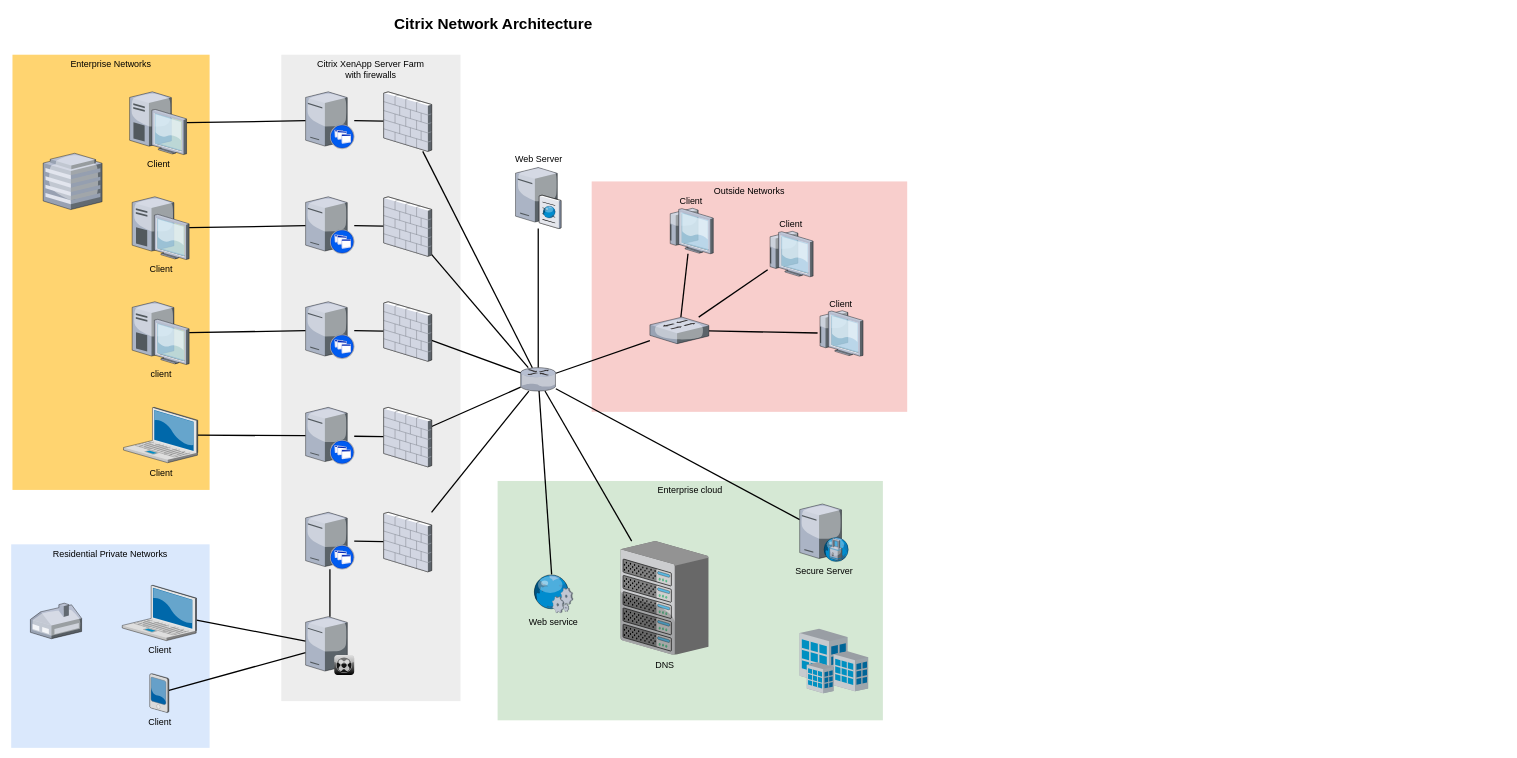
Above: Untitled Diagram.drawio in T-zN/OSD (draw.io), before the change. Source tidied: cells renumbered, new cells numbered last; positions are measured from the earlier drawing's top-left corner, leaving out a move shared by most shapes. Both pictures are drawn from the tidied source at 64%, with x=0, y=0 at pixel (11, 11).
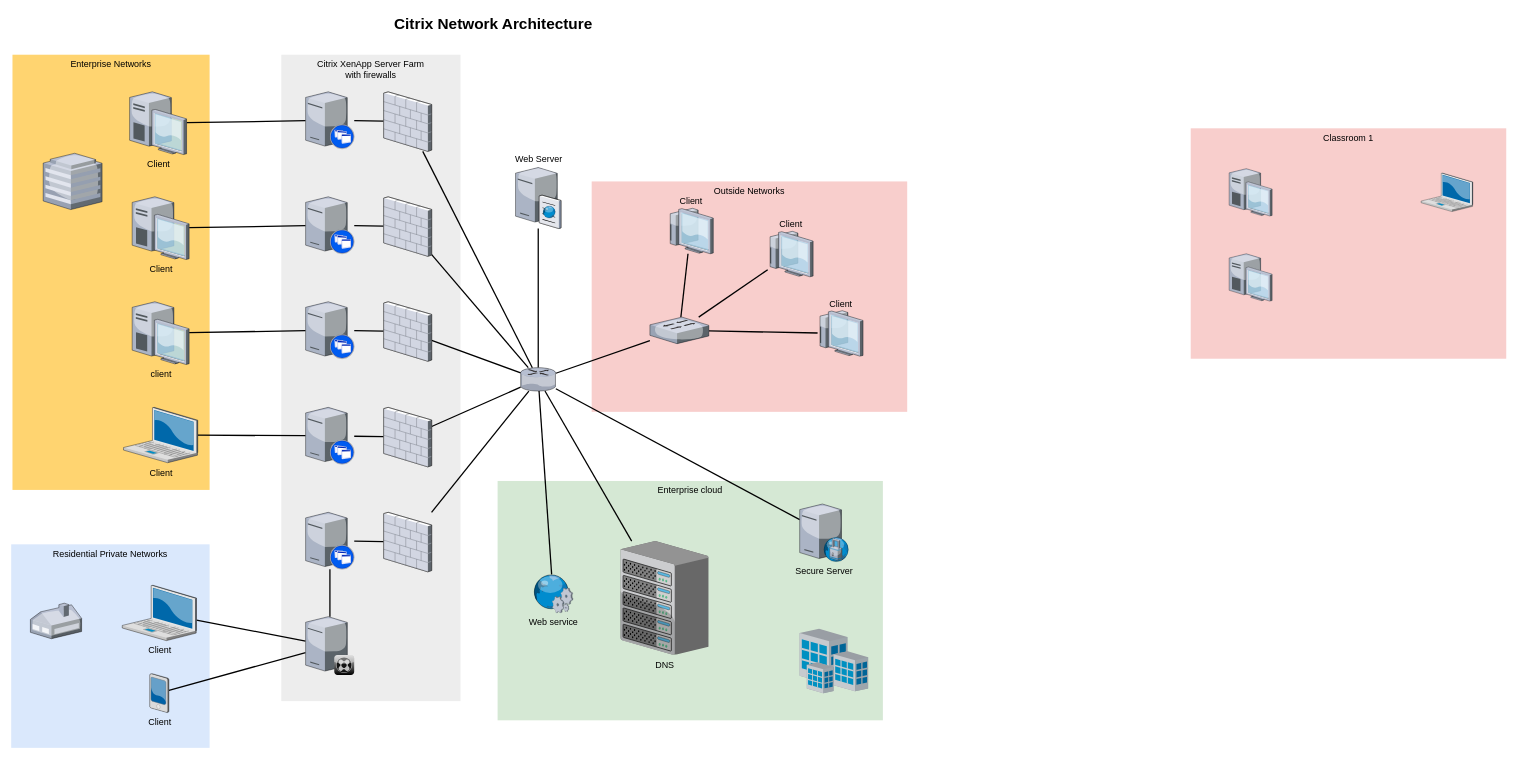
After the change.

What changed in the source:
```diff
@@
+    <mxCell id="62" value="Classroom 1" style="whiteSpace=wrap;html=1;fillColor=#f8cecc;fontSize=14;strokeColor=none;verticalAlign=top;" parent="1" vertex="1">
+      <mxGeometry x="1843" y="183" width="493" height="360" as="geometry" />
+    </mxCell>
+    <mxCell id="63" style="verticalLabelPosition=bottom;sketch=0;html=1;verticalAlign=top;strokeColor=none;align=center;shape=mxgraph.citrix.desktop;" parent="1" vertex="1">
+      <mxGeometry x="1903" y="246" width="67.2" height="74" as="geometry" />
+    </mxCell>
+    <mxCell id="64" style="verticalLabelPosition=bottom;sketch=0;html=1;verticalAlign=top;strokeColor=none;align=center;shape=mxgraph.citrix.desktop;" parent="1" vertex="1">
+      <mxGeometry x="1903" y="379" width="67.2" height="74" as="geometry" />
+    </mxCell>
+    <mxCell id="65" style="verticalLabelPosition=bottom;sketch=0;html=1;verticalAlign=top;strokeColor=none;align=center;shape=mxgraph.citrix.laptop_2;" parent="1" vertex="1">
+      <mxGeometry x="2203" y="252.9" width="80.8" height="60.2" as="geometry" />
+    </mxCell>
```
